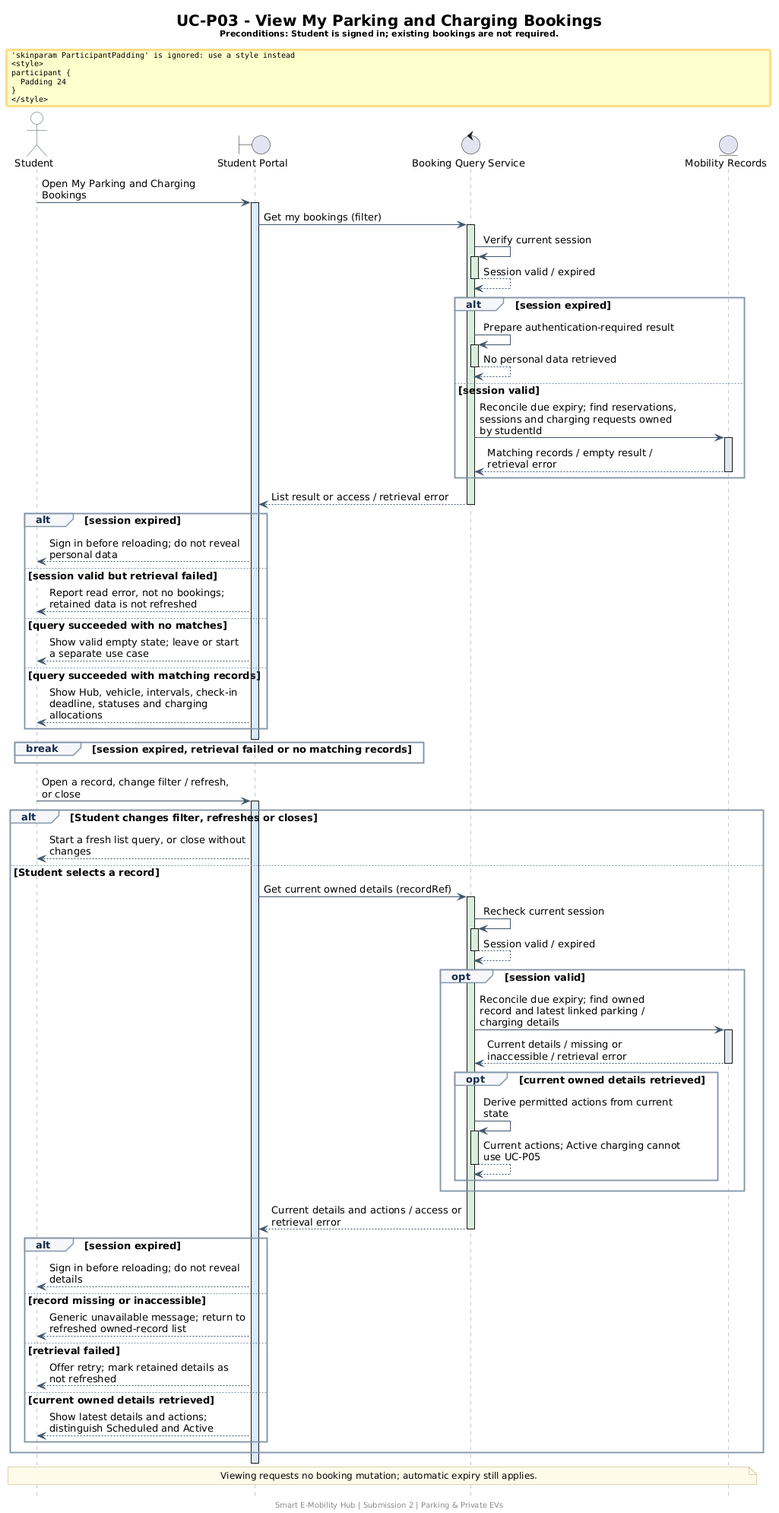
Before: docs/submission-2/sequence-diagrams/parking-private-ev/SD_ViewParkingAndChargingBookings.png, a diagram exported from PlantUML (thanhpham1108/smart-e-mobility-hub).
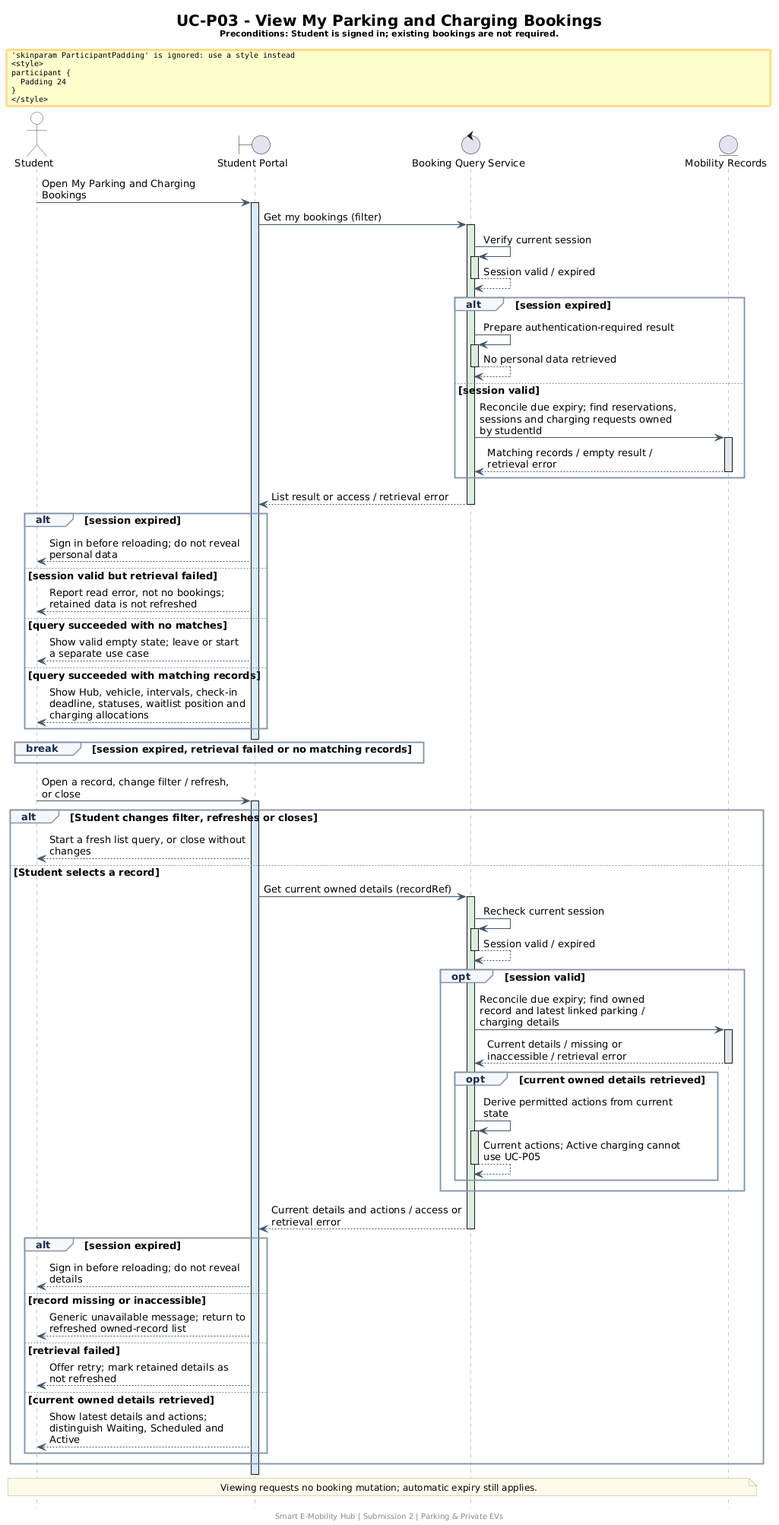
Above is the later version.

Change to the diagram source:
```diff
@@ -1,6 +1,7 @@
 @startuml
 skinparam backgroundColor #FFFFFF
 skinparam shadowing false
+skinparam linetype ortho
 skinparam defaultFontName SansSerif
 skinparam defaultFontSize 13
 skinparam titleFontSize 20
@@ -66,7 +67,7 @@
 else query succeeded with no matches
 UI --> ST: Show valid empty state; leave or start a separate use case
 else query succeeded with matching records
-UI --> ST: Show Hub, vehicle, intervals, check-in deadline, statuses and charging allocations
+UI --> ST: Show Hub, vehicle, intervals, check-in deadline, statuses, waitlist position and charging allocations
 end
 deactivate UI
 break session expired, retrieval failed or no matching records
@@ -104,7 +105,7 @@
 else retrieval failed
 UI --> ST: Offer retry; mark retained details as not refreshed
 else current owned details retrieved
-UI --> ST: Show latest details and actions; distinguish Scheduled and Active
+UI --> ST: Show latest details and actions; distinguish Waiting, Scheduled and Active
 end
 end
 deactivate UI
```
